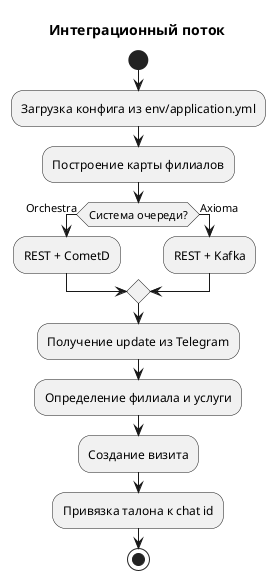
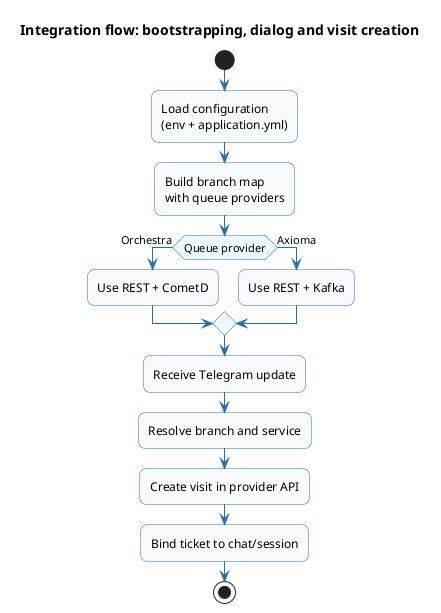
@startuml
- skinparam BackgroundColor white
- title Интеграционный поток
+ title Integration flow: bootstrapping, dialog and visit creation
+ skinparam backgroundColor #FFFFFF
+ skinparam shadowing false
+ skinparam roundcorner 14
+ skinparam activity {
+   BackgroundColor #F8FAFC
+   BorderColor #2B6CB0
+   ArrowColor #2B6CB0
+   DiamondBackgroundColor #EBF8FF
+   DiamondBorderColor #2B6CB0
+ }
+ 
start
- :Загрузка конфига из env/application.yml;
- :Построение карты филиалов;
- if (Система очереди?) then (Orchestra)
-   :REST + CometD;
+ :Load configuration\n(env + application.yml);
+ :Build branch map\nwith queue providers;
+ if (Queue provider) then (Orchestra)
+   :Use REST + CometD;
else (Axioma)
-   :REST + Kafka;
+   :Use REST + Kafka;
endif
- :Получение update из Telegram;
- :Определение филиала и услуги;
- :Создание визита;
- :Привязка талона к chat id;
+ :Receive Telegram update;
+ :Resolve branch and service;
+ :Create visit in provider API;
+ :Bind ticket to chat/session;
stop
@enduml
